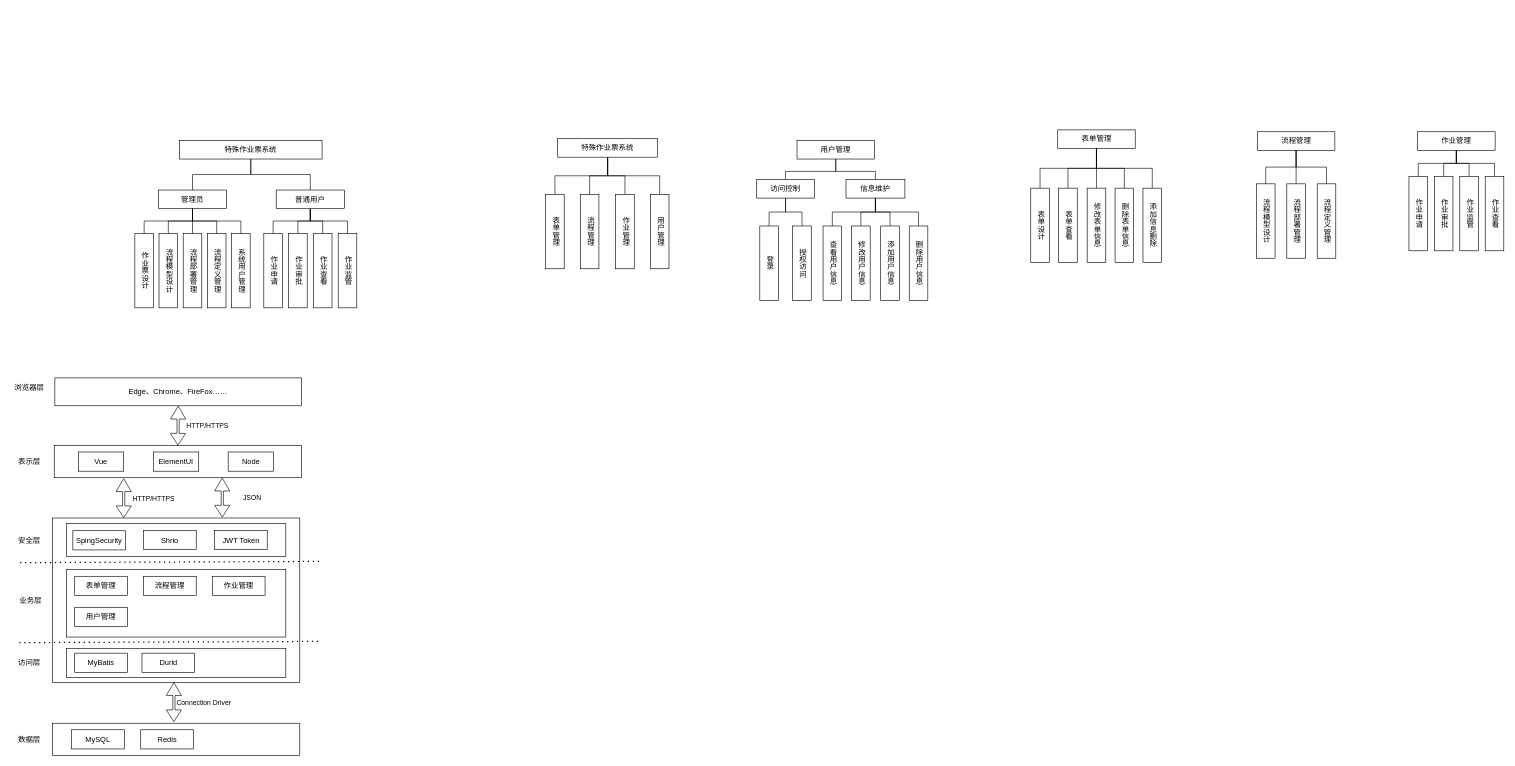
Above: 毕设.drawio in linf04/draw.io (draw.io), before the change. Source tidied: cells renumbered, new cells numbered last; positions are measured from the earlier drawing's top-left corner, leaving out a move shared by most shapes. Both pictures are drawn from the tidied source at 62%, with x=0, y=0 at pixel (11, 130).
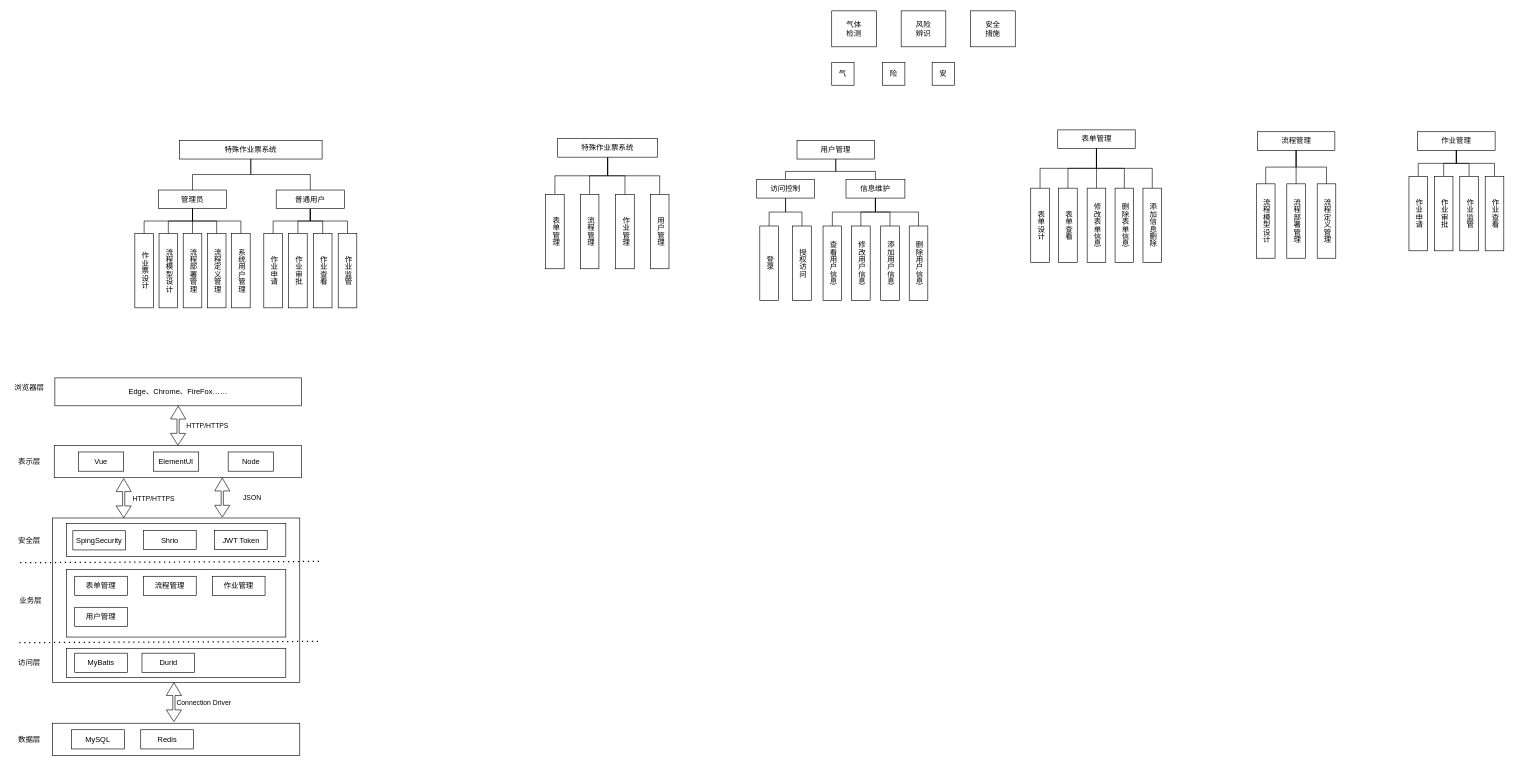
The same diagram, later.

Change to the diagram source:
```diff
@@
+    <mxCell id="115" value="气体&lt;div&gt;检测&lt;/div&gt;" style="rounded=0;whiteSpace=wrap;html=1;" parent="1" vertex="1">
+      <mxGeometry x="1324" y="-192" width="72" height="58" as="geometry" />
+    </mxCell>
+    <mxCell id="116" value="风险&lt;div&gt;辨识&lt;/div&gt;" style="rounded=0;whiteSpace=wrap;html=1;" parent="1" vertex="1">
+      <mxGeometry x="1436" y="-192" width="72" height="58" as="geometry" />
+    </mxCell>
+    <mxCell id="117" value="安全&lt;div&gt;措施&lt;/div&gt;" style="rounded=0;whiteSpace=wrap;html=1;" parent="1" vertex="1">
+      <mxGeometry x="1548" y="-192" width="72" height="58" as="geometry" />
+    </mxCell>
+    <mxCell id="118" value="气" style="rounded=0;whiteSpace=wrap;html=1;" parent="1" vertex="1">
+      <mxGeometry x="1324" y="-109" width="36" height="37" as="geometry" />
+    </mxCell>
+    <mxCell id="119" value="险" style="rounded=0;whiteSpace=wrap;html=1;" parent="1" vertex="1">
+      <mxGeometry x="1406" y="-109" width="36" height="37" as="geometry" />
+    </mxCell>
+    <mxCell id="120" value="安" style="rounded=0;whiteSpace=wrap;html=1;" parent="1" vertex="1">
+      <mxGeometry x="1486" y="-109" width="36" height="37" as="geometry" />
+    </mxCell>
```
